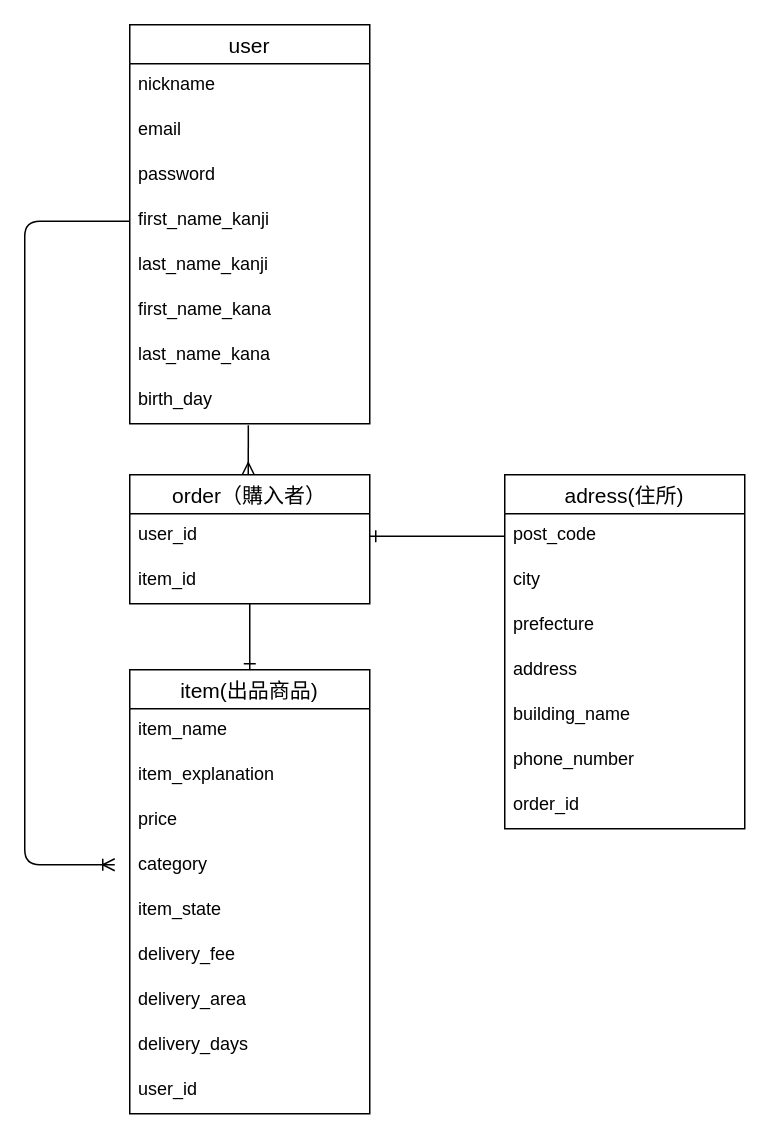
Earlier version of the draw.io diagram app/views/layouts/furima.dio (tetsu1026/furima-33572). Source tidied: cells renumbered, new cells numbered last; positions are measured from the earlier drawing's top-left corner, leaving out a move shared by most shapes. Both pictures are drawn from the tidied source at 150%, with x=0, y=0 at pixel (24, 24).
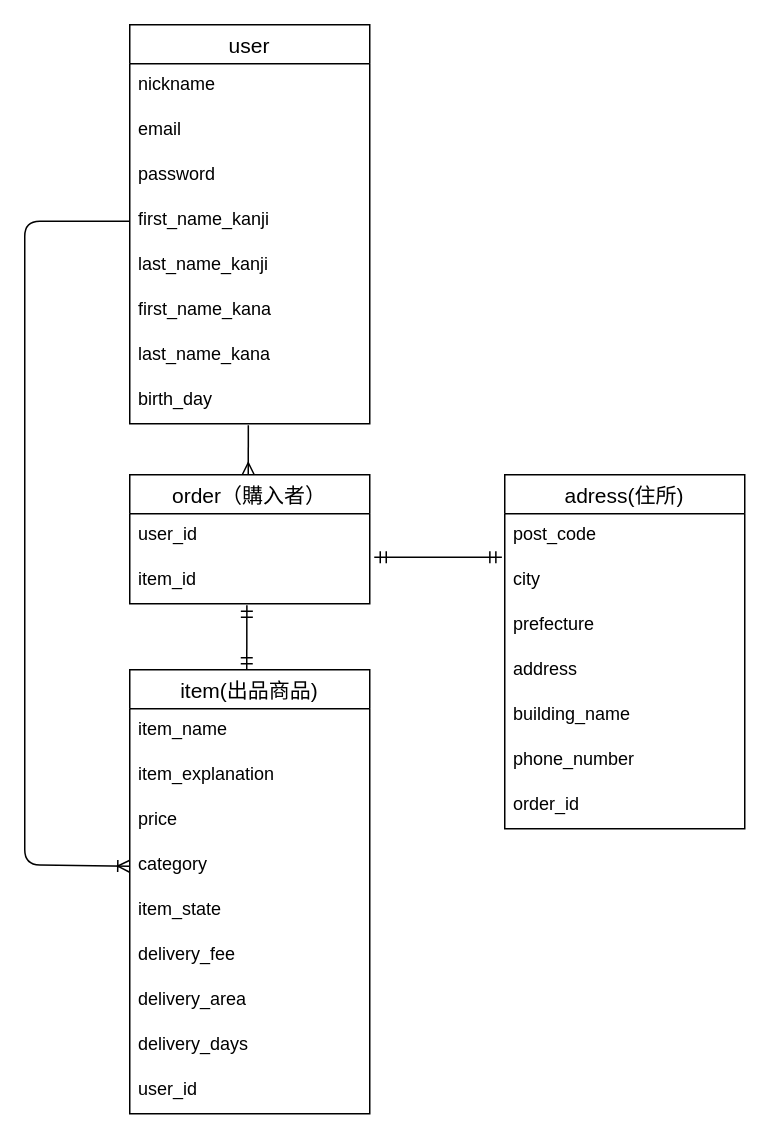
Above is the later version.

Commit message (it also covers changes not shown here):
email,phon_numberにoptionsを追加

The change refers to these unchanged cells:
```xml
<mxCell id="6" value="first_name_kanji" style="text;fillColor=none;spacingLeft=4;spacingRight=4;overflow=hidden;points=[[0,0.5],[1,0.5]];portConstraint=eastwest;fontSize=12;" parent="2" vertex="1">
  <mxGeometry y="116" width="160" height="30" as="geometry" />
</mxCell>
<mxCell id="15" value="category" style="text;strokeColor=none;fillColor=none;spacingLeft=4;spacingRight=4;overflow=hidden;points=[[0,0.5],[1,0.5]];portConstraint=eastwest;fontSize=12;" parent="11" vertex="1">
  <mxGeometry y="116" width="160" height="30" as="geometry" />
</mxCell>
<mxCell id="23" value="order（購入者）" style="swimlane;fontStyle=0;horizontal=1;startSize=26;align=center;fontSize=14;fillColor=none;" parent="1" vertex="1">
  <mxGeometry x="70" y="300" width="160" height="86" as="geometry" />
</mxCell>
<mxCell id="24" value="user_id" style="text;strokeColor=none;fillColor=none;spacingLeft=4;spacingRight=4;overflow=hidden;points=[[0,0.5],[1,0.5]];portConstraint=eastwest;fontSize=12;" parent="23" vertex="1">
  <mxGeometry y="26" width="160" height="30" as="geometry" />
</mxCell>
<mxCell id="25" value="item_id" style="text;strokeColor=none;fillColor=none;spacingLeft=4;spacingRight=4;overflow=hidden;points=[[0,0.5],[1,0.5]];portConstraint=eastwest;fontSize=12;" parent="23" vertex="1">
  <mxGeometry y="56" width="160" height="30" as="geometry" />
</mxCell>
<mxCell id="27" value="post_code" style="text;strokeColor=none;fillColor=none;spacingLeft=4;spacingRight=4;overflow=hidden;points=[[0,0.5],[1,0.5]];portConstraint=eastwest;fontSize=12;" parent="26" vertex="1">
  <mxGeometry y="26" width="160" height="30" as="geometry" />
</mxCell>
```

Diff of the diagram source:
```diff
@@
-    <mxCell id="22" style="edgeStyle=none;rounded=0;jettySize=auto;html=1;endArrow=ERone;endFill=0;" parent="1" edge="1" source="23">
-      <mxGeometry relative="1" as="geometry">
-        <mxPoint x="150" y="430" as="targetPoint" />
-      </mxGeometry>
-    </mxCell>
@@
-    <mxCell id="34" style="edgeStyle=none;rounded=0;jettySize=auto;html=1;exitX=0;exitY=0.5;exitDx=0;exitDy=0;endArrow=ERone;endFill=0;entryX=1;entryY=0.5;entryDx=0;entryDy=0;" parent="1" edge="1" source="27" target="24">
-      <mxGeometry relative="1" as="geometry" />
-    </mxCell>
-    <mxCell id="35" style="fontSize=12;html=1;endArrow=ERoneToMany;edgeStyle=orthogonalEdgeStyle;exitX=0;exitY=0.5;exitDx=0;exitDy=0;" parent="1" edge="1" source="6">
+    <mxCell id="35" style="fontSize=12;html=1;endArrow=ERoneToMany;edgeStyle=orthogonalEdgeStyle;exitX=0;exitY=0.5;exitDx=0;exitDy=0;entryX=0;entryY=0.5;entryDx=0;entryDy=0;" parent="1" edge="1" source="6" target="15">
       <mxGeometry relative="1" as="geometry">
-        <mxPoint x="60" y="560" as="targetPoint" />
         <Array as="points">
           <mxPoint y="131" />
           <mxPoint y="560" />
         </Array>
       </mxGeometry>
     </mxCell>
+    <mxCell id="36" style="fontSize=12;html=1;endArrow=ERmandOne;startArrow=ERmandOne;entryX=0.488;entryY=1.033;entryDx=0;entryDy=0;entryPerimeter=0;" parent="1" edge="1" target="25">
+      <mxGeometry relative="1" as="geometry">
+        <mxPoint x="148" y="430" as="sourcePoint" />
+      </mxGeometry>
+    </mxCell>
+    <mxCell id="37" style="fontSize=12;html=1;endArrow=ERmandOne;startArrow=ERmandOne;entryX=-0.012;entryY=0.967;entryDx=0;entryDy=0;entryPerimeter=0;" parent="1" edge="1" target="27">
+      <mxGeometry relative="1" as="geometry">
+        <mxPoint x="233" y="355" as="sourcePoint" />
+      </mxGeometry>
+    </mxCell>
```
